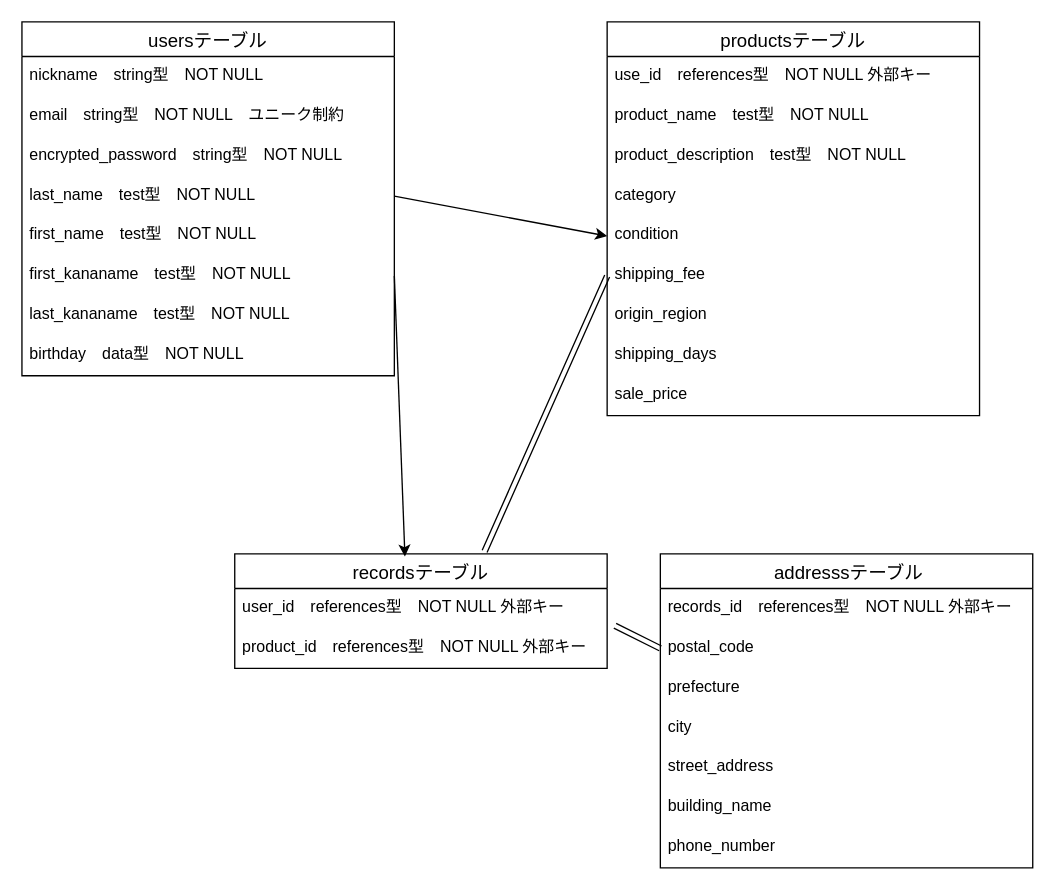
The draw.io diagram furimaER.dio in miniity/furima-39581, before the edit. Source tidied: cells renumbered, new cells numbered last; positions are measured from the earlier drawing's top-left corner, leaving out a move shared by most shapes. Both pictures are drawn from the tidied source at 133%, with x=0, y=0 at pixel (21, 21).
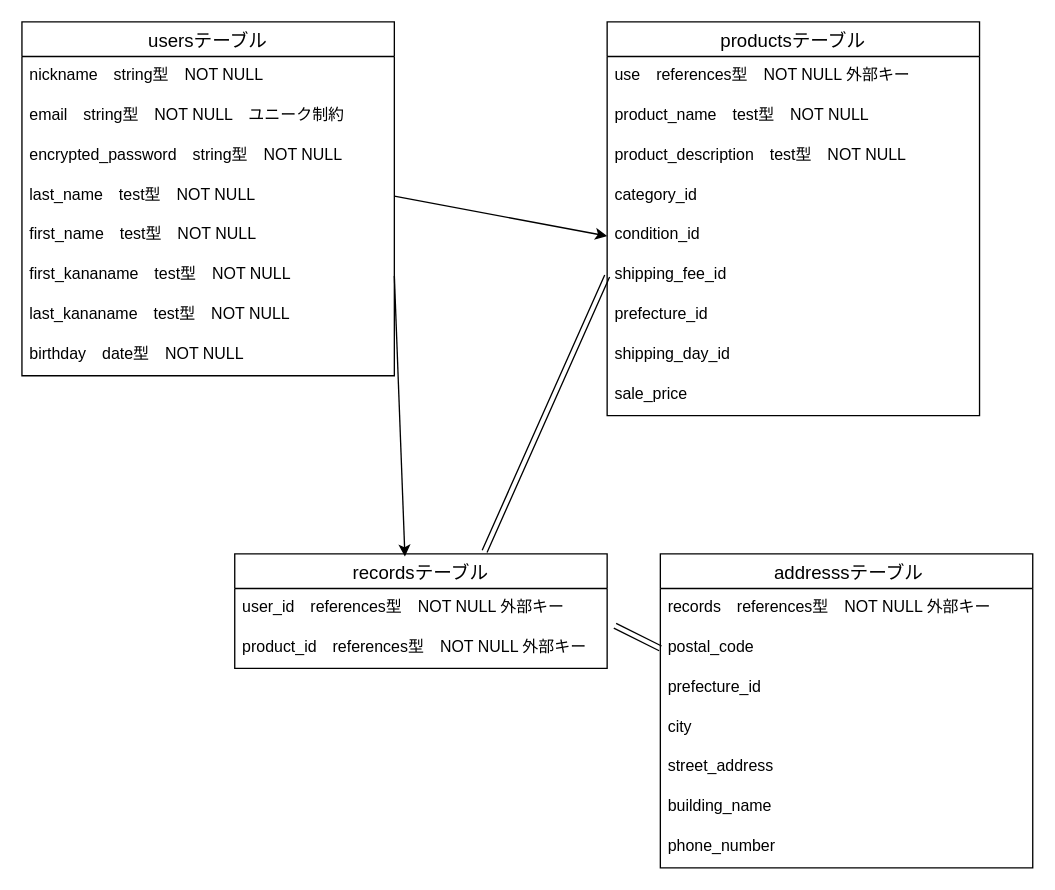
The same diagram, later.

Commit message (it also covers changes not shown here):
データベース設計-修正②

Unchanged cells that the change refers to:
```xml
<mxCell id="2" value="usersテーブル" style="swimlane;fontStyle=0;horizontal=1;startSize=26;align=center;fontSize=14;" parent="1" vertex="1">
  <mxGeometry width="280" height="266" as="geometry" />
</mxCell>
<mxCell id="14" value=" addresssテーブル" style="swimlane;fontStyle=0;horizontal=1;startSize=26;align=center;fontSize=14;" parent="1" vertex="1">
  <mxGeometry x="480" y="400" width="280" height="236" as="geometry" />
</mxCell>
<mxCell id="22" value="productsテーブル" style="swimlane;fontStyle=0;horizontal=1;startSize=26;align=center;fontSize=14;" parent="1" vertex="1">
  <mxGeometry x="440" width="280" height="296" as="geometry" />
</mxCell>
```

What changed in the source:
```diff
@@
-    <mxCell id="10" value="birthday　data型　NOT NULL" style="text;strokeColor=none;fillColor=none;spacingLeft=4;spacingRight=4;overflow=hidden;fontSize=12;" parent="2" vertex="1">
+    <mxCell id="10" value="birthday　date型　NOT NULL" style="text;strokeColor=none;fillColor=none;spacingLeft=4;spacingRight=4;overflow=hidden;fontSize=12;" parent="2" vertex="1">
       <mxGeometry y="236" width="280" height="30" as="geometry" />
     </mxCell>
@@
-    <mxCell id="15" value="records_id　references型　NOT NULL 外部キー" style="text;strokeColor=none;fillColor=none;spacingLeft=4;spacingRight=4;overflow=hidden;fontSize=12;" parent="14" vertex="1">
+    <mxCell id="15" value="records　references型　NOT NULL 外部キー" style="text;strokeColor=none;fillColor=none;spacingLeft=4;spacingRight=4;overflow=hidden;fontSize=12;" parent="14" vertex="1">
       <mxGeometry y="26" width="280" height="30" as="geometry" />
     </mxCell>
@@
-    <mxCell id="17" value="prefecture" style="text;strokeColor=none;fillColor=none;spacingLeft=4;spacingRight=4;overflow=hidden;fontSize=12;" parent="14" vertex="1">
+    <mxCell id="17" value="prefecture_id" style="text;strokeColor=none;fillColor=none;spacingLeft=4;spacingRight=4;overflow=hidden;fontSize=12;" parent="14" vertex="1">
       <mxGeometry y="86" width="280" height="30" as="geometry" />
     </mxCell>
@@
-    <mxCell id="23" value="use_id　references型　NOT NULL 外部キー" style="text;strokeColor=none;fillColor=none;spacingLeft=4;spacingRight=4;overflow=hidden;fontSize=12;" parent="22" vertex="1">
+    <mxCell id="23" value="use　references型　NOT NULL 外部キー" style="text;strokeColor=none;fillColor=none;spacingLeft=4;spacingRight=4;overflow=hidden;fontSize=12;" parent="22" vertex="1">
       <mxGeometry y="26" width="280" height="30" as="geometry" />
     </mxCell>
@@
-    <mxCell id="26" value="category" style="text;strokeColor=none;fillColor=none;spacingLeft=4;spacingRight=4;overflow=hidden;fontSize=12;" parent="22" vertex="1">
+    <mxCell id="26" value="category_id" style="text;strokeColor=none;fillColor=none;spacingLeft=4;spacingRight=4;overflow=hidden;fontSize=12;" parent="22" vertex="1">
       <mxGeometry y="116" width="280" height="30" as="geometry" />
     </mxCell>
-    <mxCell id="27" value="condition" style="text;strokeColor=none;fillColor=none;spacingLeft=4;spacingRight=4;overflow=hidden;points=[[0,0.5],[1,0.5]];portConstraint=eastwest;fontSize=12;" parent="22" vertex="1">
+    <mxCell id="27" value="condition_id" style="text;strokeColor=none;fillColor=none;spacingLeft=4;spacingRight=4;overflow=hidden;points=[[0,0.5],[1,0.5]];portConstraint=eastwest;fontSize=12;" parent="22" vertex="1">
       <mxGeometry y="146" width="280" height="30" as="geometry" />
     </mxCell>
-    <mxCell id="28" value="shipping_fee" style="text;strokeColor=none;fillColor=none;spacingLeft=4;spacingRight=4;overflow=hidden;points=[[0,0.5],[1,0.5]];portConstraint=eastwest;fontSize=12;" parent="22" vertex="1">
+    <mxCell id="28" value="shipping_fee_id" style="text;strokeColor=none;fillColor=none;spacingLeft=4;spacingRight=4;overflow=hidden;points=[[0,0.5],[1,0.5]];portConstraint=eastwest;fontSize=12;" parent="22" vertex="1">
       <mxGeometry y="176" width="280" height="30" as="geometry" />
     </mxCell>
-    <mxCell id="29" value="origin_region" style="text;strokeColor=none;fillColor=none;spacingLeft=4;spacingRight=4;overflow=hidden;fontSize=12;" parent="22" vertex="1">
+    <mxCell id="29" value="prefecture_id" style="text;strokeColor=none;fillColor=none;spacingLeft=4;spacingRight=4;overflow=hidden;fontSize=12;" parent="22" vertex="1">
       <mxGeometry y="206" width="280" height="30" as="geometry" />
     </mxCell>
-    <mxCell id="30" value="shipping_days" style="text;strokeColor=none;fillColor=none;spacingLeft=4;spacingRight=4;overflow=hidden;fontSize=12;" parent="22" vertex="1">
+    <mxCell id="30" value="shipping_day_id" style="text;strokeColor=none;fillColor=none;spacingLeft=4;spacingRight=4;overflow=hidden;fontSize=12;" parent="22" vertex="1">
       <mxGeometry y="236" width="280" height="30" as="geometry" />
     </mxCell>
```
